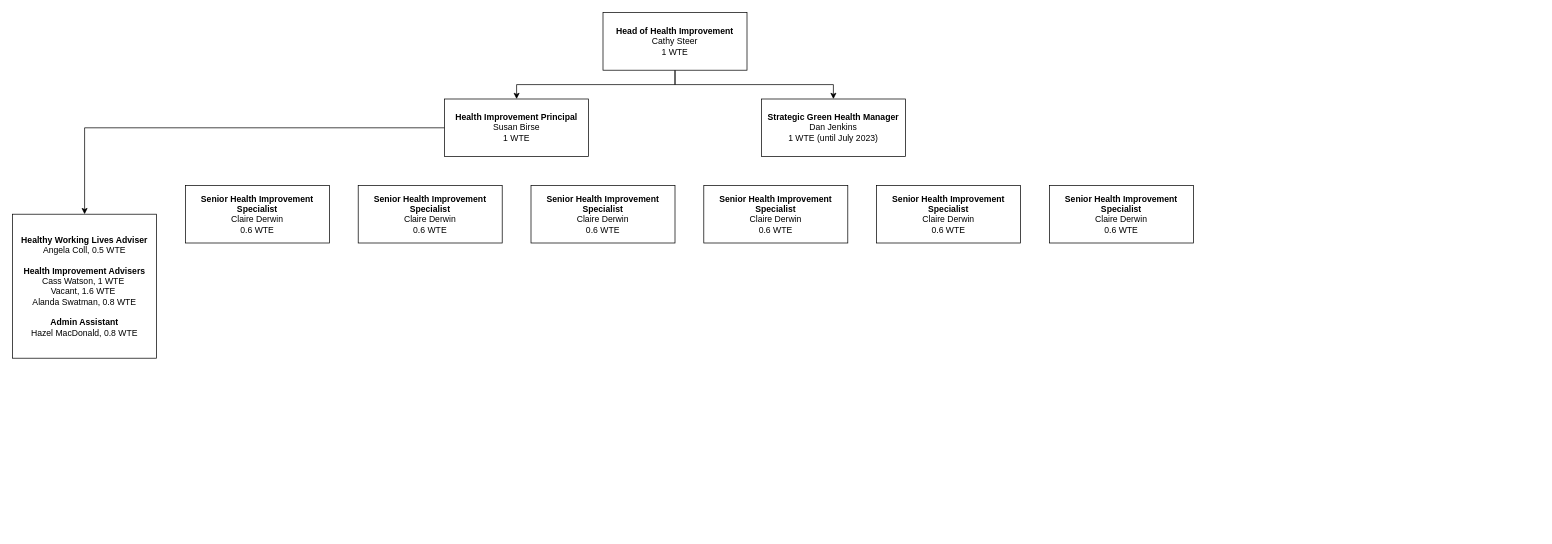
Before: Untitled Diagram.drawio in barrycollard/staffOrgChart, a draw.io diagram. Source tidied: cells renumbered, new cells numbered last; positions are measured from the earlier drawing's top-left corner, leaving out a move shared by most shapes. Both pictures are drawn from the tidied source at 72%, with x=0, y=0 at pixel (12, 12).
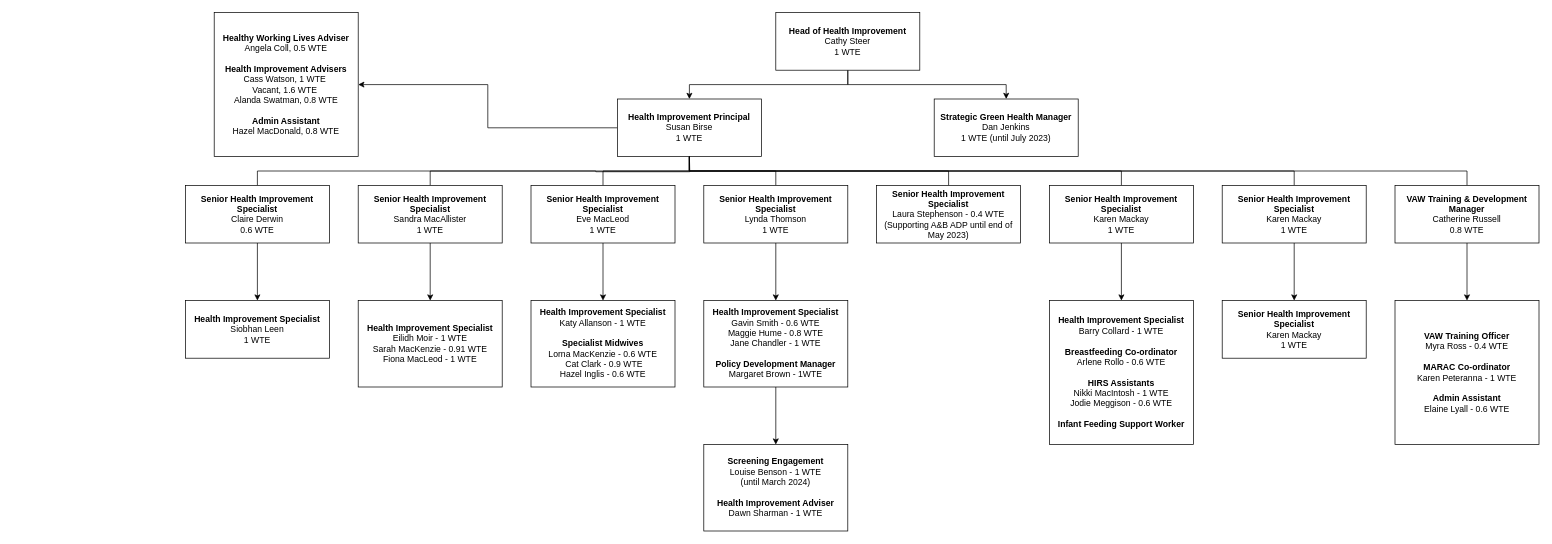
The same diagram, later.

The change refers to these unchanged cells:
```xml
<mxCell id="9" value="&lt;div&gt;&lt;b&gt;Senior Health Improvement Specialist&lt;/b&gt;&lt;/div&gt;&lt;div&gt;Claire Derwin&lt;/div&gt;&lt;div&gt;0.6 WTE&lt;/div&gt;" style="rounded=0;whiteSpace=wrap;html=1;" parent="1" vertex="1">
  <mxGeometry x="240" y="240" width="200" height="80" as="geometry" />
</mxCell>
```

Change to the diagram source:
```diff
@@
     <mxCell id="4" value="&lt;b&gt;Head of Health Improvement&lt;/b&gt;&lt;br&gt;Cathy Steer&lt;br&gt;1 WTE" style="rounded=0;whiteSpace=wrap;html=1;align=center;" parent="1" vertex="1">
-      <mxGeometry x="820" width="200" height="80" as="geometry" />
+      <mxGeometry x="1060" width="200" height="80" as="geometry" />
     </mxCell>
-    <mxCell id="5" style="edgeStyle=orthogonalEdgeStyle;rounded=0;jettySize=auto;html=1;entryX=0.5;entryY=0;entryDx=0;entryDy=0;" parent="1" edge="1" source="6" target="8">
+    <mxCell id="5" style="edgeStyle=orthogonalEdgeStyle;rounded=0;jettySize=auto;html=1;exitX=0;exitY=0.5;exitDx=0;exitDy=0;entryX=1;entryY=0.5;entryDx=0;entryDy=0;" parent="1" edge="1" source="6" target="8">
       <mxGeometry relative="1" as="geometry" />
     </mxCell>
     <mxCell id="6" value="&lt;b&gt;Health Improvement Principal&lt;br&gt;&lt;/b&gt;Susan Birse&lt;br&gt;1 WTE" style="rounded=0;whiteSpace=wrap;html=1;align=center;" parent="1" vertex="1">
-      <mxGeometry x="600" y="120" width="200" height="80" as="geometry" />
+      <mxGeometry x="840" y="120" width="200" height="80" as="geometry" />
     </mxCell>
     <mxCell id="7" value="&lt;b&gt;Strategic Green Health Manager&lt;br&gt;&lt;/b&gt;Dan Jenkins&lt;br&gt;1 WTE (until July 2023)" style="rounded=0;whiteSpace=wrap;html=1;align=center;" parent="1" vertex="1">
-      <mxGeometry x="1040" y="120" width="200" height="80" as="geometry" />
+      <mxGeometry x="1280" y="120" width="200" height="80" as="geometry" />
     </mxCell>
     <mxCell id="8" value="&lt;div&gt;&lt;b&gt;Healthy Working Lives Adviser&lt;/b&gt;&lt;/div&gt;&lt;div&gt;Angela Coll, 0.5 WTE&lt;/div&gt;&lt;div&gt;&lt;br&gt;&lt;/div&gt;&lt;div&gt;&lt;b&gt;Health Improvement Advisers&lt;/b&gt;&lt;/div&gt;&lt;div&gt;Cass Watson, 1 WTE&amp;nbsp;&lt;/div&gt;&lt;div&gt;Vacant, 1.6 WTE&amp;nbsp;&lt;/div&gt;&lt;div&gt;Alanda Swatman, 0.8 WTE&lt;/div&gt;&lt;div&gt;&lt;br&gt;&lt;/div&gt;&lt;div&gt;&lt;b&gt;Admin Assistant&lt;/b&gt;&lt;/div&gt;&lt;div&gt;Hazel MacDonald, 0.8 WTE&lt;/div&gt;" style="rounded=0;whiteSpace=wrap;html=1;" parent="1" vertex="1">
-      <mxGeometry y="280" width="200" height="200" as="geometry" />
+      <mxGeometry x="280" width="200" height="200" as="geometry" />
     </mxCell>
+    <mxCell id="15" style="edgeStyle=orthogonalEdgeStyle;rounded=0;jettySize=auto;html=1;exitX=0.5;exitY=0;exitDx=0;exitDy=0;entryX=0.5;entryY=1;entryDx=0;entryDy=0;endArrow=none;endFill=0;" parent="1" edge="1" source="9" target="6">
+      <mxGeometry relative="1" as="geometry" />
+    </mxCell>
+    <mxCell id="16" style="edgeStyle=orthogonalEdgeStyle;rounded=0;jettySize=auto;html=1;" parent="1" edge="1" source="9" target="26">
+      <mxGeometry relative="1" as="geometry" />
+    </mxCell>
@@
+    <mxCell id="17" style="edgeStyle=orthogonalEdgeStyle;rounded=0;jettySize=auto;html=1;exitX=0.5;exitY=0;exitDx=0;exitDy=0;endArrow=none;endFill=0;" parent="1" edge="1" source="10">
+      <mxGeometry relative="1" as="geometry">
+        <mxPoint x="940" y="200" as="targetPoint" />
+      </mxGeometry>
+    </mxCell>
+    <mxCell id="18" style="edgeStyle=orthogonalEdgeStyle;rounded=0;jettySize=auto;html=1;" parent="1" edge="1" source="10" target="27">
+      <mxGeometry relative="1" as="geometry" />
+    </mxCell>
-    <mxCell id="10" value="&lt;div&gt;&lt;b&gt;Senior Health Improvement Specialist&lt;/b&gt;&lt;/div&gt;&lt;div&gt;Claire Derwin&lt;/div&gt;&lt;div&gt;0.6 WTE&lt;/div&gt;" style="rounded=0;whiteSpace=wrap;html=1;" parent="1" vertex="1">
+    <mxCell id="10" value="&lt;div&gt;&lt;b&gt;Senior Health Improvement Specialist&lt;/b&gt;&lt;/div&gt;&lt;div&gt;Sandra MacAllister&lt;/div&gt;&lt;div&gt;1 WTE&lt;/div&gt;" style="rounded=0;whiteSpace=wrap;html=1;" parent="1" vertex="1">
       <mxGeometry x="480" y="240" width="200" height="80" as="geometry" />
     </mxCell>
+    <mxCell id="19" style="edgeStyle=orthogonalEdgeStyle;rounded=0;jettySize=auto;html=1;exitX=0.5;exitY=0;exitDx=0;exitDy=0;entryX=0.5;entryY=1;entryDx=0;entryDy=0;endArrow=none;endFill=0;" parent="1" edge="1" source="11" target="6">
+      <mxGeometry relative="1" as="geometry" />
+    </mxCell>
+    <mxCell id="20" style="edgeStyle=orthogonalEdgeStyle;rounded=0;jettySize=auto;html=1;" parent="1" edge="1" source="11" target="28">
+      <mxGeometry relative="1" as="geometry" />
+    </mxCell>
-    <mxCell id="11" value="&lt;div&gt;&lt;b&gt;Senior Health Improvement Specialist&lt;/b&gt;&lt;/div&gt;&lt;div&gt;Claire Derwin&lt;/div&gt;&lt;div&gt;0.6 WTE&lt;/div&gt;" style="rounded=0;whiteSpace=wrap;html=1;" parent="1" vertex="1">
+    <mxCell id="11" value="&lt;div&gt;&lt;b&gt;Senior Health Improvement Specialist&lt;/b&gt;&lt;/div&gt;&lt;div&gt;Eve MacLeod&lt;/div&gt;&lt;div&gt;1 WTE&lt;/div&gt;" style="rounded=0;whiteSpace=wrap;html=1;" parent="1" vertex="1">
       <mxGeometry x="720" y="240" width="200" height="80" as="geometry" />
     </mxCell>
+    <mxCell id="21" style="edgeStyle=orthogonalEdgeStyle;rounded=0;jettySize=auto;html=1;exitX=0.5;exitY=0;exitDx=0;exitDy=0;entryX=0.5;entryY=1;entryDx=0;entryDy=0;endArrow=none;endFill=0;" parent="1" edge="1" source="12" target="6">
+      <mxGeometry relative="1" as="geometry" />
+    </mxCell>
+    <mxCell id="22" style="edgeStyle=orthogonalEdgeStyle;rounded=0;jettySize=auto;html=1;" parent="1" edge="1" source="12" target="30">
+      <mxGeometry relative="1" as="geometry" />
+    </mxCell>
-    <mxCell id="12" value="&lt;div&gt;&lt;b&gt;Senior Health Improvement Specialist&lt;/b&gt;&lt;/div&gt;&lt;div&gt;Claire Derwin&lt;/div&gt;&lt;div&gt;0.6 WTE&lt;/div&gt;" style="rounded=0;whiteSpace=wrap;html=1;" parent="1" vertex="1">
+    <mxCell id="12" value="&lt;div&gt;&lt;b&gt;Senior Health Improvement Specialist&lt;/b&gt;&lt;/div&gt;&lt;div&gt;&lt;div&gt;Lynda Thomson&lt;/div&gt;&lt;div&gt;1 WTE&lt;/div&gt;&lt;/div&gt;" style="rounded=0;whiteSpace=wrap;html=1;" parent="1" vertex="1">
       <mxGeometry x="960" y="240" width="200" height="80" as="geometry" />
     </mxCell>
+    <mxCell id="23" style="edgeStyle=orthogonalEdgeStyle;rounded=0;jettySize=auto;html=1;exitX=0.5;exitY=0;exitDx=0;exitDy=0;entryX=0.5;entryY=1;entryDx=0;entryDy=0;endArrow=none;endFill=0;" parent="1" edge="1" source="13" target="6">
+      <mxGeometry relative="1" as="geometry" />
+    </mxCell>
-    <mxCell id="13" value="&lt;div&gt;&lt;b&gt;Senior Health Improvement Specialist&lt;/b&gt;&lt;/div&gt;&lt;div&gt;Claire Derwin&lt;/div&gt;&lt;div&gt;0.6 WTE&lt;/div&gt;" style="rounded=0;whiteSpace=wrap;html=1;" parent="1" vertex="1">
+    <mxCell id="13" value="&lt;div&gt;&lt;b&gt;Senior Health Improvement Specialist&lt;/b&gt;&lt;/div&gt;&lt;div&gt;&lt;div&gt;Laura Stephenson -&amp;nbsp;&lt;span style=&quot;background-color: initial;&quot;&gt;0.4 WTE&lt;/span&gt;&lt;/div&gt;&lt;div&gt;(Supporting A&amp;amp;B ADP until end of May 2023)&lt;/div&gt;&lt;/div&gt;" style="rounded=0;whiteSpace=wrap;html=1;" parent="1" vertex="1">
       <mxGeometry x="1200" y="240" width="200" height="80" as="geometry" />
     </mxCell>
+    <mxCell id="24" style="edgeStyle=orthogonalEdgeStyle;rounded=0;jettySize=auto;html=1;exitX=0.5;exitY=0;exitDx=0;exitDy=0;entryX=0.5;entryY=1;entryDx=0;entryDy=0;endArrow=none;endFill=0;" parent="1" edge="1" source="14" target="6">
+      <mxGeometry relative="1" as="geometry" />
+    </mxCell>
+    <mxCell id="25" style="edgeStyle=orthogonalEdgeStyle;rounded=0;jettySize=auto;html=1;" parent="1" edge="1" source="14" target="31">
+      <mxGeometry relative="1" as="geometry" />
+    </mxCell>
-    <mxCell id="14" value="&lt;div&gt;&lt;b&gt;Senior Health Improvement Specialist&lt;/b&gt;&lt;/div&gt;&lt;div&gt;Claire Derwin&lt;/div&gt;&lt;div&gt;0.6 WTE&lt;/div&gt;" style="rounded=0;whiteSpace=wrap;html=1;" parent="1" vertex="1">
+    <mxCell id="14" value="&lt;div&gt;&lt;b&gt;Senior Health Improvement Specialist&lt;/b&gt;&lt;/div&gt;&lt;div&gt;Karen Mackay&lt;/div&gt;&lt;div&gt;1 WTE&lt;/div&gt;" style="rounded=0;whiteSpace=wrap;html=1;" parent="1" vertex="1">
       <mxGeometry x="1440" y="240" width="200" height="80" as="geometry" />
     </mxCell>
+    <mxCell id="26" value="&lt;div&gt;&lt;b&gt;Health Improvement Specialist&lt;/b&gt;&lt;/div&gt;&lt;div&gt;Siobhan Leen&lt;/div&gt;&lt;div&gt;1 WTE&lt;/div&gt;" style="rounded=0;whiteSpace=wrap;html=1;" parent="1" vertex="1">
+      <mxGeometry x="240" y="400" width="200" height="80" as="geometry" />
+    </mxCell>
+    <mxCell id="27" value="&lt;div&gt;&lt;b&gt;Health Improvement Specialist&lt;/b&gt;&lt;/div&gt;&lt;div&gt;Eilidh Moir - 1 WTE&lt;/div&gt;&lt;div&gt;Sarah MacKenzie - 0.91 WTE&lt;/div&gt;&lt;div&gt;Fiona MacLeod - 1 WTE&lt;/div&gt;" style="rounded=0;whiteSpace=wrap;html=1;" parent="1" vertex="1">
+      <mxGeometry x="480" y="400" width="200" height="120" as="geometry" />
+    </mxCell>
+    <mxCell id="28" value="&lt;div&gt;&lt;b&gt;Health Improvement Specialist&lt;/b&gt;&lt;/div&gt;&lt;div&gt;Katy Allanson - 1 WTE&lt;/div&gt;&lt;div&gt;&lt;br&gt;&lt;/div&gt;&lt;div&gt;&lt;b&gt;Specialist Midwives&lt;/b&gt;&lt;/div&gt;&lt;div&gt;&lt;div&gt;Lorna MacKenzie - 0.6 WTE&lt;/div&gt;&lt;div&gt;&amp;nbsp;Cat Clark - 0.9 WTE&lt;/div&gt;&lt;div&gt;Hazel Inglis - 0.6 WTE&lt;/div&gt;&lt;/div&gt;" style="rounded=0;whiteSpace=wrap;html=1;" parent="1" vertex="1">
+      <mxGeometry x="720" y="400" width="200" height="120" as="geometry" />
+    </mxCell>
+    <mxCell id="29" style="edgeStyle=orthogonalEdgeStyle;rounded=0;jettySize=auto;html=1;" parent="1" edge="1" source="30" target="32">
+      <mxGeometry relative="1" as="geometry" />
+    </mxCell>
+    <mxCell id="30" value="&lt;div&gt;&lt;b&gt;Health Improvement Specialist&lt;/b&gt;&lt;/div&gt;&lt;div&gt;Gavin Smith - 0.6 WTE&lt;/div&gt;&lt;div&gt;Maggie Hume - 0.8 WTE&lt;/div&gt;&lt;div&gt;Jane Chandler - 1 WTE&lt;/div&gt;&lt;div&gt;&lt;b&gt;&lt;br&gt;&lt;/b&gt;&lt;/div&gt;&lt;div&gt;&lt;b&gt;Policy Development Manager&lt;/b&gt;&lt;/div&gt;&lt;div&gt;Margaret Brown - 1WTE&lt;/div&gt;" style="rounded=0;whiteSpace=wrap;html=1;" parent="1" vertex="1">
+      <mxGeometry x="960" y="400" width="200" height="120" as="geometry" />
+    </mxCell>
+    <mxCell id="31" value="&lt;div&gt;&lt;b&gt;Health Improvement Specialist&lt;/b&gt;&lt;/div&gt;&lt;div&gt;Barry Collard - 1 WTE&lt;/div&gt;&lt;div&gt;&lt;b&gt;&lt;br&gt;&lt;/b&gt;&lt;/div&gt;&lt;div&gt;&lt;b&gt;Breastfeeding Co-ordinator&lt;/b&gt;&lt;/div&gt;&lt;div&gt;Arlene Rollo - 0.6 WTE&lt;/div&gt;&lt;div&gt;&lt;b&gt;&lt;br&gt;&lt;/b&gt;&lt;/div&gt;&lt;div&gt;&lt;b&gt;HIRS Assistants&lt;/b&gt;&lt;/div&gt;&lt;div&gt;Nikki MacIntosh - 1 WTE&lt;/div&gt;&lt;div&gt;Jodie Meggison - 0.6 WTE&lt;/div&gt;&lt;div&gt;&lt;b&gt;&lt;br&gt;&lt;/b&gt;&lt;/div&gt;&lt;div&gt;&lt;b&gt;Infant Feeding Support Worker&lt;/b&gt;&lt;/div&gt;" style="rounded=0;whiteSpace=wrap;html=1;" parent="1" vertex="1">
+      <mxGeometry x="1440" y="400" width="200" height="200" as="geometry" />
+    </mxCell>
+    <mxCell id="32" value="&lt;div&gt;&lt;b&gt;Screening Engagement&lt;/b&gt;&lt;/div&gt;&lt;div&gt;Louise Benson - 1 WTE&lt;br&gt;(until March 2024)&lt;/div&gt;&lt;div&gt;&lt;b&gt;&lt;br&gt;&lt;/b&gt;&lt;/div&gt;&lt;div&gt;&lt;b&gt;Health Improvement Adviser&lt;/b&gt;&lt;/div&gt;&lt;div&gt;Dawn Sharman - 1 WTE&lt;/div&gt;" style="rounded=0;whiteSpace=wrap;html=1;" parent="1" vertex="1">
+      <mxGeometry x="960" y="600" width="200" height="120" as="geometry" />
+    </mxCell>
+    <mxCell id="33" style="edgeStyle=orthogonalEdgeStyle;rounded=0;jettySize=auto;html=1;exitX=0.5;exitY=0;exitDx=0;exitDy=0;entryX=0.5;entryY=1;entryDx=0;entryDy=0;endArrow=none;endFill=0;" parent="1" edge="1" source="35" target="6">
+      <mxGeometry relative="1" as="geometry" />
+    </mxCell>
+    <mxCell id="34" style="edgeStyle=orthogonalEdgeStyle;rounded=0;jettySize=auto;html=1;" parent="1" edge="1" source="35" target="39">
+      <mxGeometry relative="1" as="geometry" />
+    </mxCell>
+    <mxCell id="35" value="&lt;div&gt;&lt;b&gt;Senior Health Improvement Specialist&lt;/b&gt;&lt;/div&gt;&lt;div&gt;Karen Mackay&lt;/div&gt;&lt;div&gt;1 WTE&lt;/div&gt;" style="rounded=0;whiteSpace=wrap;html=1;" parent="1" vertex="1">
+      <mxGeometry x="1680" y="240" width="200" height="80" as="geometry" />
+    </mxCell>
+    <mxCell id="36" style="edgeStyle=orthogonalEdgeStyle;rounded=0;jettySize=auto;html=1;exitX=0.5;exitY=0;exitDx=0;exitDy=0;entryX=0.5;entryY=1;entryDx=0;entryDy=0;endArrow=none;endFill=0;" parent="1" edge="1" source="38" target="6">
+      <mxGeometry relative="1" as="geometry" />
+    </mxCell>
+    <mxCell id="37" style="edgeStyle=orthogonalEdgeStyle;rounded=0;jettySize=auto;html=1;" parent="1" edge="1" source="38" target="40">
+      <mxGeometry relative="1" as="geometry" />
+    </mxCell>
+    <mxCell id="38" value="&lt;div&gt;&lt;b&gt;VAW Training &amp;amp; Development Manager&lt;/b&gt;&lt;/div&gt;&lt;div&gt;Catherine Russell&lt;/div&gt;&lt;div&gt;0.8 WTE&lt;/div&gt;" style="rounded=0;whiteSpace=wrap;html=1;" parent="1" vertex="1">
+      <mxGeometry x="1920" y="240" width="200" height="80" as="geometry" />
+    </mxCell>
+    <mxCell id="39" value="&lt;div&gt;&lt;b&gt;Senior Health Improvement Specialist&lt;/b&gt;&lt;/div&gt;&lt;div&gt;Karen Mackay&lt;/div&gt;&lt;div&gt;1 WTE&lt;/div&gt;" style="rounded=0;whiteSpace=wrap;html=1;" parent="1" vertex="1">
+      <mxGeometry x="1680" y="400" width="200" height="80" as="geometry" />
+    </mxCell>
+    <mxCell id="40" value="&lt;div&gt;&lt;b&gt;VAW Training Officer&lt;/b&gt;&lt;/div&gt;&lt;div&gt;Myra Ross - 0.4 WTE&lt;/div&gt;&lt;div&gt;&lt;br&gt;&lt;/div&gt;&lt;div&gt;&lt;b&gt;MARAC Co-ordinator&lt;/b&gt;&lt;/div&gt;&lt;div&gt;Karen Peteranna - 1 WTE&lt;/div&gt;&lt;div&gt;&lt;br&gt;&lt;/div&gt;&lt;div&gt;&lt;b&gt;Admin Assistant&lt;/b&gt;&lt;/div&gt;&lt;div&gt;Elaine Lyall - 0.6 WTE&lt;/div&gt;" style="rounded=0;whiteSpace=wrap;html=1;" parent="1" vertex="1">
+      <mxGeometry x="1920" y="400" width="200" height="200" as="geometry" />
+    </mxCell>
```
